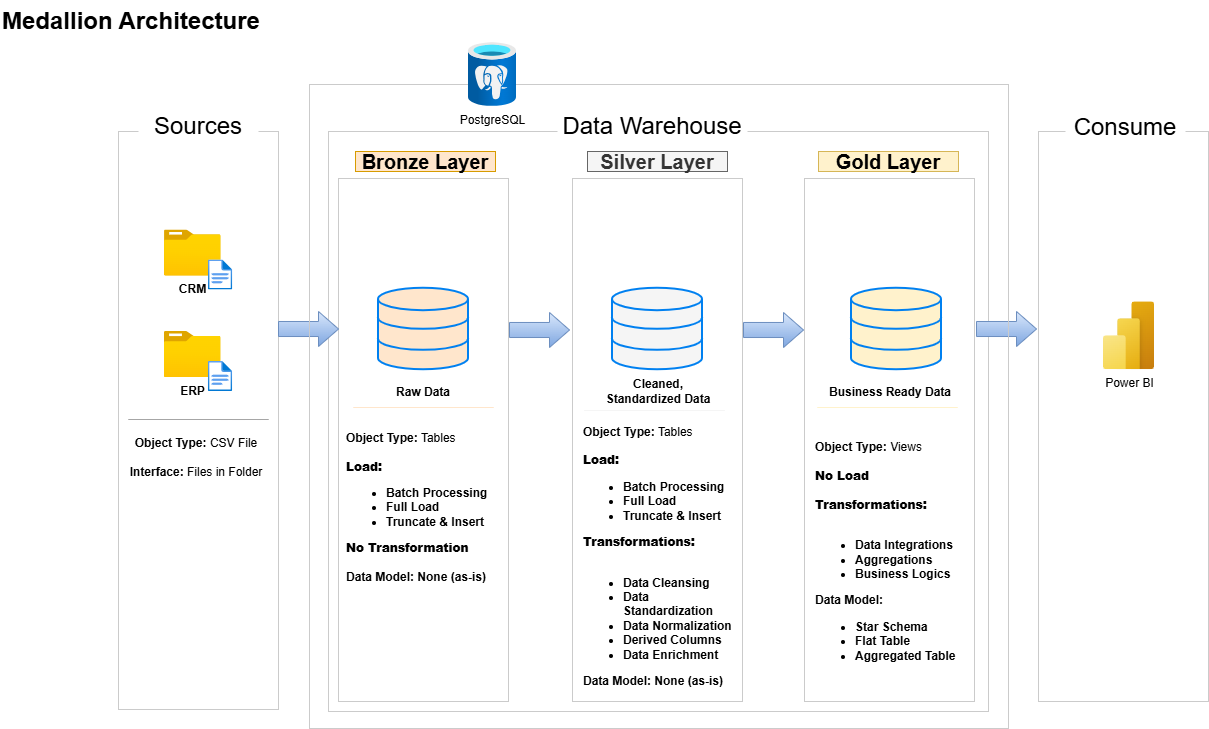
This is docs/design_data_architecture.png from nchibuzo74/SQL-Data-Warehouse-Project-2, a draw.io export, as it was before one commit. Source tidied: cells renumbered, new cells last; positions are measured from the earlier drawing's top-left corner, leaving out a move shared by most shapes.
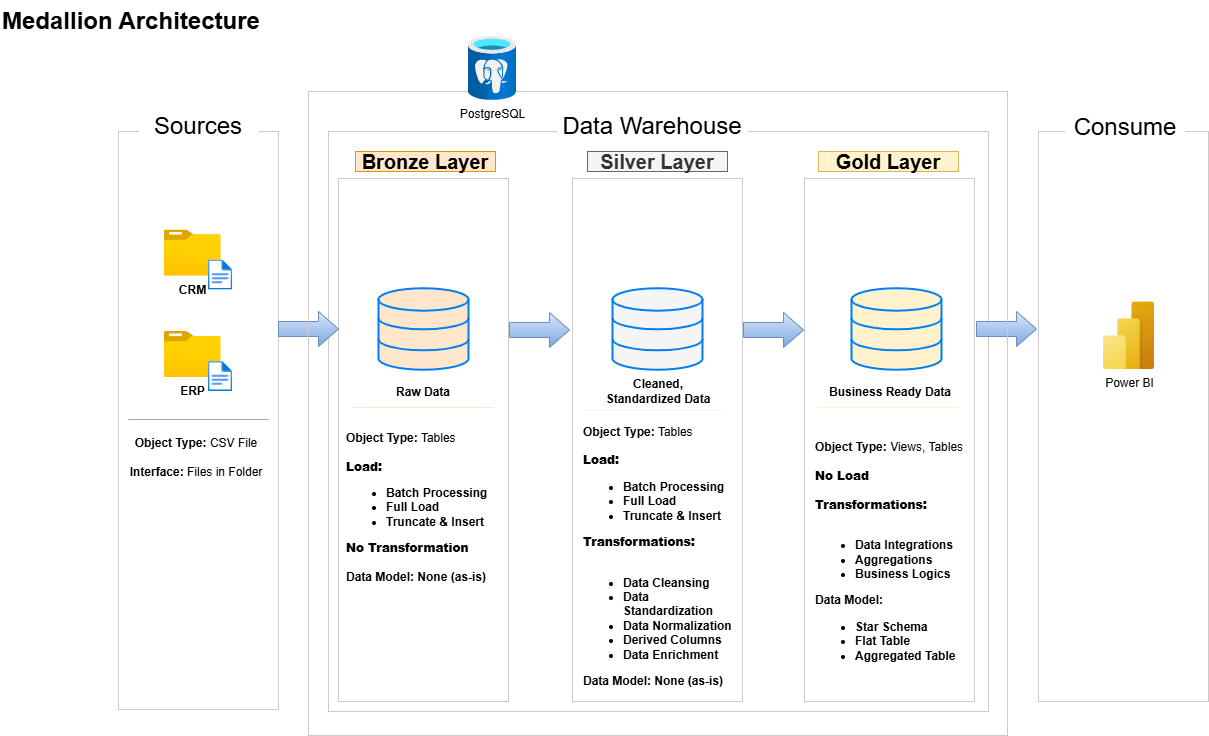
Later version of the same file.

The edit, as a diff of the source:
```diff
@@ -129,7 +129,7 @@
     <mxCell id="34" value="&lt;div style=&quot;&quot;&gt;&lt;b style=&quot;background-color: transparent; color: light-dark(rgb(0, 0, 0), rgb(255, 255, 255));&quot;&gt;Object Type:&lt;/b&gt;&lt;span style=&quot;background-color: transparent; color: light-dark(rgb(0, 0, 0), rgb(255, 255, 255));&quot;&gt; Tables&lt;/span&gt;&lt;/div&gt;&lt;b&gt;&lt;br&gt;&lt;div style=&quot;&quot;&gt;&lt;b style=&quot;background-color: transparent; color: light-dark(rgb(0, 0, 0), rgb(255, 255, 255));&quot;&gt;Load:&lt;/b&gt;&lt;/div&gt;&lt;/b&gt;&lt;ul style=&quot;&quot;&gt;&lt;li style=&quot;&quot;&gt;&lt;b&gt;Batch Processing&lt;br&gt;&lt;/b&gt;&lt;/li&gt;&lt;li style=&quot;&quot;&gt;&lt;b&gt;Full Load&amp;nbsp;&lt;/b&gt;&lt;/li&gt;&lt;li style=&quot;&quot;&gt;&lt;b&gt;Truncate &amp;amp; Insert&lt;/b&gt;&lt;/li&gt;&lt;/ul&gt;&lt;b style=&quot;background-color: transparent; color: light-dark(rgb(0, 0, 0), rgb(255, 255, 255));&quot;&gt;&lt;div style=&quot;&quot;&gt;&lt;b style=&quot;background-color: transparent; color: light-dark(rgb(0, 0, 0), rgb(255, 255, 255));&quot;&gt;Transformations:&lt;/b&gt;&lt;/div&gt;&lt;div style=&quot;&quot;&gt;&lt;b style=&quot;background-color: transparent; color: light-dark(rgb(0, 0, 0), rgb(255, 255, 255));&quot;&gt;&lt;br&gt;&lt;/b&gt;&lt;/div&gt;&lt;/b&gt;&lt;div style=&quot;&quot;&gt;&lt;ul&gt;&lt;li&gt;&lt;b&gt;Data Cleansing&lt;/b&gt;&lt;/li&gt;&lt;li&gt;&lt;b&gt;Data Standardization&lt;/b&gt;&lt;/li&gt;&lt;li&gt;&lt;b&gt;Data Normalization&lt;/b&gt;&lt;/li&gt;&lt;li&gt;&lt;b&gt;Derived Columns&lt;/b&gt;&lt;/li&gt;&lt;li&gt;&lt;b&gt;Data Enrichment&lt;/b&gt;&lt;/li&gt;&lt;/ul&gt;&lt;b&gt;Data Model: None (as-is)&lt;/b&gt;&lt;/div&gt;" style="text;html=1;whiteSpace=wrap;strokeColor=none;fillColor=none;align=left;verticalAlign=middle;rounded=0;" parent="1" vertex="1">
       <mxGeometry x="581" y="421" width="152" height="270" as="geometry" />
     </mxCell>
-    <mxCell id="35" value="&lt;div style=&quot;&quot;&gt;&lt;b style=&quot;background-color: transparent; color: light-dark(rgb(0, 0, 0), rgb(255, 255, 255));&quot;&gt;Object Type:&lt;/b&gt;&lt;span style=&quot;background-color: transparent; color: light-dark(rgb(0, 0, 0), rgb(255, 255, 255));&quot;&gt; Views&lt;/span&gt;&lt;/div&gt;&lt;b&gt;&lt;br&gt;&lt;div style=&quot;&quot;&gt;&lt;b style=&quot;background-color: transparent; color: light-dark(rgb(0, 0, 0), rgb(255, 255, 255));&quot;&gt;No Load&lt;/b&gt;&lt;/div&gt;&lt;div style=&quot;&quot;&gt;&lt;b style=&quot;background-color: transparent; color: light-dark(rgb(0, 0, 0), rgb(255, 255, 255));&quot;&gt;&lt;br&gt;&lt;/b&gt;&lt;/div&gt;&lt;/b&gt;&lt;b style=&quot;background-color: transparent; color: light-dark(rgb(0, 0, 0), rgb(255, 255, 255));&quot;&gt;&lt;div style=&quot;&quot;&gt;&lt;b style=&quot;background-color: transparent; color: light-dark(rgb(0, 0, 0), rgb(255, 255, 255));&quot;&gt;Transformations:&lt;/b&gt;&lt;/div&gt;&lt;div style=&quot;&quot;&gt;&lt;b style=&quot;background-color: transparent; color: light-dark(rgb(0, 0, 0), rgb(255, 255, 255));&quot;&gt;&lt;br&gt;&lt;/b&gt;&lt;/div&gt;&lt;/b&gt;&lt;div style=&quot;&quot;&gt;&lt;ul&gt;&lt;li&gt;&lt;b&gt;Data Integrations&lt;/b&gt;&lt;/li&gt;&lt;li&gt;&lt;b&gt;Aggregations&lt;/b&gt;&lt;/li&gt;&lt;li&gt;&lt;b&gt;Business Logics&lt;/b&gt;&lt;/li&gt;&lt;/ul&gt;&lt;b&gt;Data Model:&lt;/b&gt;&lt;/div&gt;&lt;div style=&quot;&quot;&gt;&lt;ul&gt;&lt;li&gt;&lt;b&gt;Star Schema&lt;/b&gt;&lt;/li&gt;&lt;li&gt;&lt;b&gt;Flat Table&lt;/b&gt;&lt;/li&gt;&lt;li&gt;&lt;b&gt;Aggregated Table&lt;/b&gt;&lt;/li&gt;&lt;/ul&gt;&lt;/div&gt;" style="text;html=1;whiteSpace=wrap;strokeColor=none;fillColor=none;align=left;verticalAlign=middle;rounded=0;" parent="1" vertex="1">
+    <mxCell id="35" value="&lt;div style=&quot;&quot;&gt;&lt;b style=&quot;background-color: transparent; color: light-dark(rgb(0, 0, 0), rgb(255, 255, 255));&quot;&gt;Object Type:&lt;/b&gt;&lt;span style=&quot;background-color: transparent; color: light-dark(rgb(0, 0, 0), rgb(255, 255, 255));&quot;&gt; Views, Tables&lt;/span&gt;&lt;/div&gt;&lt;b&gt;&lt;br&gt;&lt;div style=&quot;&quot;&gt;&lt;b style=&quot;background-color: transparent; color: light-dark(rgb(0, 0, 0), rgb(255, 255, 255));&quot;&gt;No Load&lt;/b&gt;&lt;/div&gt;&lt;div style=&quot;&quot;&gt;&lt;b style=&quot;background-color: transparent; color: light-dark(rgb(0, 0, 0), rgb(255, 255, 255));&quot;&gt;&lt;br&gt;&lt;/b&gt;&lt;/div&gt;&lt;/b&gt;&lt;b style=&quot;background-color: transparent; color: light-dark(rgb(0, 0, 0), rgb(255, 255, 255));&quot;&gt;&lt;div style=&quot;&quot;&gt;&lt;b style=&quot;background-color: transparent; color: light-dark(rgb(0, 0, 0), rgb(255, 255, 255));&quot;&gt;Transformations:&lt;/b&gt;&lt;/div&gt;&lt;div style=&quot;&quot;&gt;&lt;b style=&quot;background-color: transparent; color: light-dark(rgb(0, 0, 0), rgb(255, 255, 255));&quot;&gt;&lt;br&gt;&lt;/b&gt;&lt;/div&gt;&lt;/b&gt;&lt;div style=&quot;&quot;&gt;&lt;ul&gt;&lt;li&gt;&lt;b&gt;Data Integrations&lt;/b&gt;&lt;/li&gt;&lt;li&gt;&lt;b&gt;Aggregations&lt;/b&gt;&lt;/li&gt;&lt;li&gt;&lt;b&gt;Business Logics&lt;/b&gt;&lt;/li&gt;&lt;/ul&gt;&lt;b&gt;Data Model:&lt;/b&gt;&lt;/div&gt;&lt;div style=&quot;&quot;&gt;&lt;ul&gt;&lt;li&gt;&lt;b&gt;Star Schema&lt;/b&gt;&lt;/li&gt;&lt;li&gt;&lt;b&gt;Flat Table&lt;/b&gt;&lt;/li&gt;&lt;li&gt;&lt;b&gt;Aggregated Table&lt;/b&gt;&lt;/li&gt;&lt;/ul&gt;&lt;/div&gt;" style="text;html=1;whiteSpace=wrap;strokeColor=none;fillColor=none;align=left;verticalAlign=middle;rounded=0;" parent="1" vertex="1">
       <mxGeometry x="813" y="422" width="152" height="270" as="geometry" />
     </mxCell>
     <mxCell id="36" value="&lt;h1 style=&quot;margin-top: 0px;&quot;&gt;Medallion Architecture&lt;/h1&gt;" style="text;html=1;whiteSpace=wrap;overflow=hidden;rounded=0;" parent="1" vertex="1">
@@ -139,10 +139,10 @@
       <mxGeometry x="1103" y="301.2" width="51" height="68" as="geometry" />
     </mxCell>
     <mxCell id="38" style="rounded=0;whiteSpace=wrap;html=1;fillColor=none;strokeColor=#CBCBCB;" parent="1" vertex="1">
-      <mxGeometry x="309" y="84" width="699" height="644" as="geometry" />
+      <mxGeometry x="308" y="91" width="699" height="644" as="geometry" />
     </mxCell>
     <mxCell id="39" value="PostgreSQL" style="image;html=1;align=center;fontSize=12;image=img/lib/azure2/databases/Azure_Database_PostgreSQL_Server.svg;" parent="1" vertex="1">
-      <mxGeometry x="468" y="42" width="48" height="64" as="geometry" />
+      <mxGeometry x="468" y="36" width="48" height="64" as="geometry" />
     </mxCell>
   </root>
 </mxGraphModel>
```
